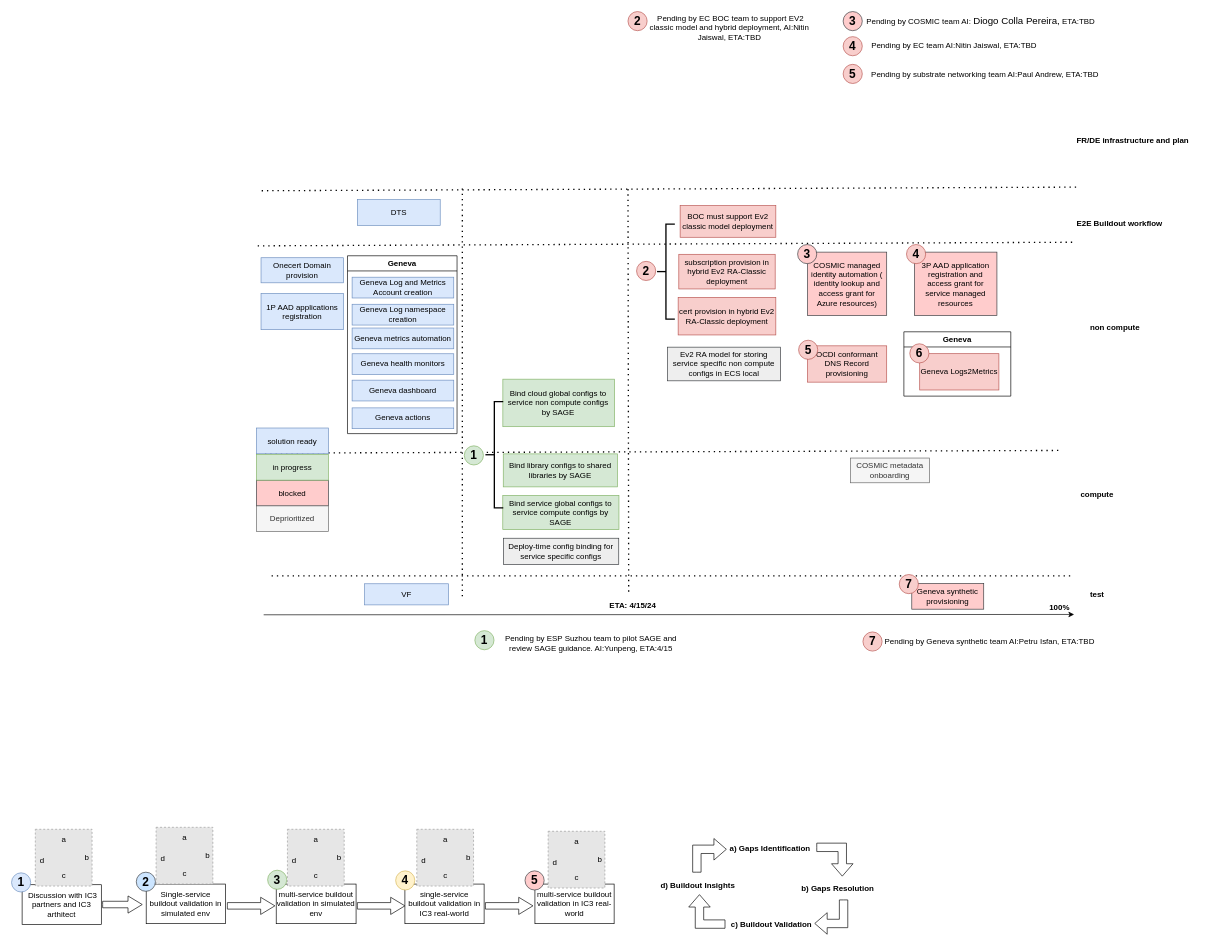
Earlier version of the draw.io diagram page "automation status overview" (9 of 10) of buildout.drawio (nonly/timewheel). Source tidied: cells renumbered, new cells numbered last; positions are measured from the earlier drawing's top-left corner, leaving out a move shared by most shapes. Both pictures are drawn from the tidied source at 66%, with x=0, y=0 at pixel (11, 11). Pictures stored in the file or linked from it are replaced by grey dashed boxes.
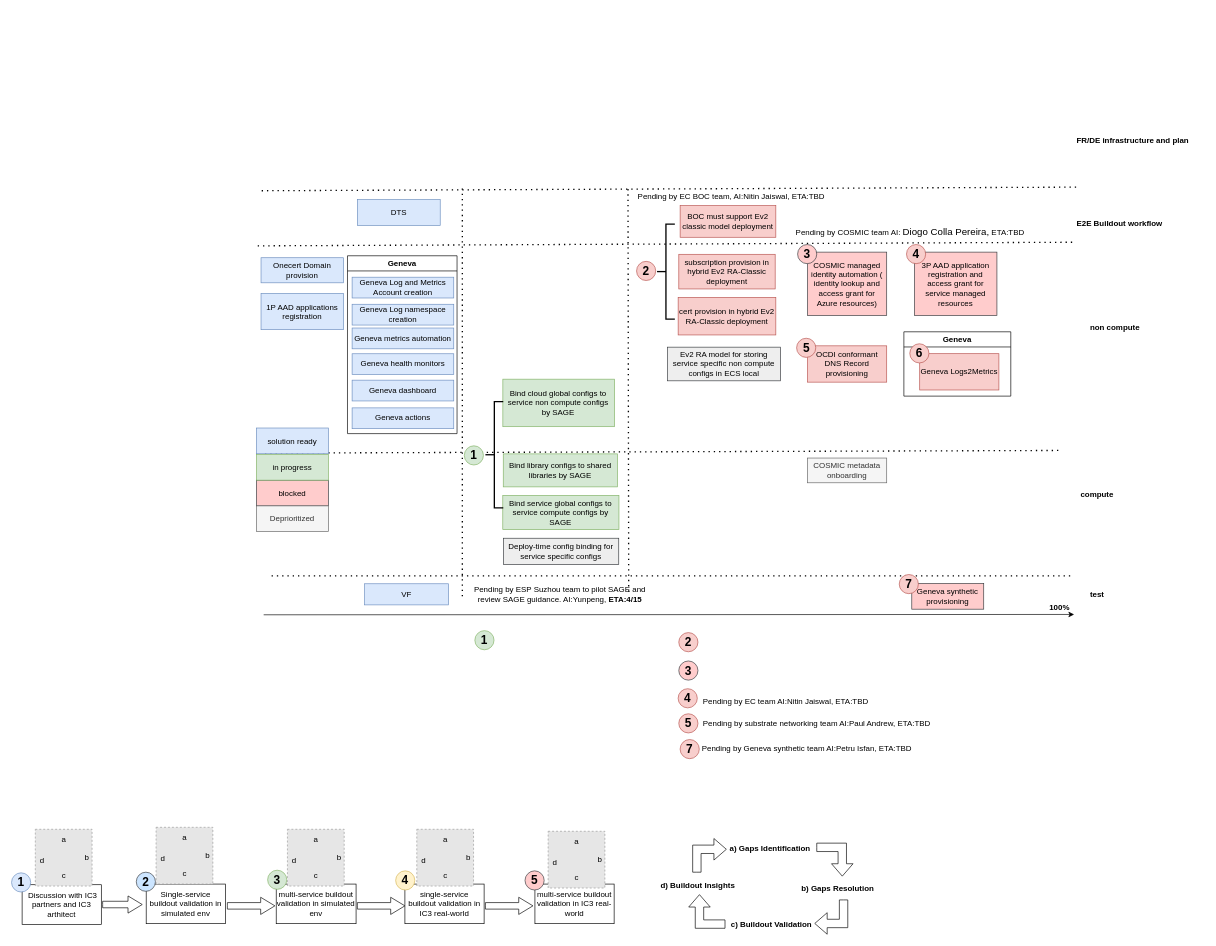
Above is the later version.

What changed in the source:
```diff
@@
-    <mxCell id="18" value="&amp;nbsp;&lt;span style=&quot;background-color: initial;&quot;&gt;&lt;br&gt;Pending by ESP Suzhou team to pilot SAGE and review SAGE guidance. AI:Yunpeng, ETA:4/15&lt;/span&gt;" style="text;html=1;align=center;verticalAlign=middle;whiteSpace=wrap;rounded=0;" parent="1" vertex="1">
-      <mxGeometry x="733" y="935" width="290" height="30" as="geometry" />
+    <mxCell id="18" value="&amp;nbsp;&lt;span style=&quot;background-color: initial;&quot;&gt;&lt;br&gt;Pending by ESP Suzhou team to pilot SAGE and review SAGE guidance. AI:Yunpeng, &lt;b&gt;ETA:4/15&lt;/b&gt;&lt;/span&gt;" style="text;html=1;align=center;verticalAlign=middle;whiteSpace=wrap;rounded=0;" parent="1" vertex="1">
+      <mxGeometry x="686" y="861" width="290" height="30" as="geometry" />
     </mxCell>
@@
     <mxCell id="20" value="COSMIC metadata onboarding" style="rounded=0;whiteSpace=wrap;html=1;fillColor=#f5f5f5;strokeColor=#666666;fontColor=#333333;" parent="1" vertex="1">
-      <mxGeometry x="1271" y="676.5" width="120" height="37.5" as="geometry" />
+      <mxGeometry x="1206" y="676.5" width="120" height="37.5" as="geometry" />
     </mxCell>
@@
-    <mxCell id="35" style="endArrow=none;dashed=1;html=1;dashPattern=1 3;strokeWidth=2;rounded=0;exitX=0.455;exitY=-0.2;exitDx=0;exitDy=0;exitPerimeter=0;" parent="1" edge="1" source="36">
+    <mxCell id="35" style="endArrow=none;dashed=1;html=1;dashPattern=1 3;strokeWidth=2;rounded=0;exitX=0.455;exitY=-0.2;exitDx=0;exitDy=0;exitPerimeter=0;" parent="1" edge="1">
       <mxGeometry relative="1" as="geometry">
+        <mxPoint x="935.1" y="879" as="sourcePoint" />
         <mxPoint x="934" y="269" as="targetPoint" />
       </mxGeometry>
     </mxCell>
-    <mxCell id="36" value="&lt;font style=&quot;font-size: 12px;&quot;&gt;&lt;b&gt;ETA: 4/15/24&lt;/b&gt;&lt;/font&gt;" style="text;html=1;align=center;verticalAlign=middle;whiteSpace=wrap;rounded=0;" parent="1" vertex="1">
-      <mxGeometry x="870" y="885" width="143" height="30" as="geometry" />
-    </mxCell>
@@
-    <mxCell id="43" value="&amp;nbsp;Pending by EC BOC team to support EV2 classic model and hybrid deployment, AI:Nitin Jaiswal, ETA:TBD" style="text;html=1;align=center;verticalAlign=middle;whiteSpace=wrap;rounded=0;" parent="1" vertex="1">
-      <mxGeometry x="961.5" y="9.5" width="252" height="30" as="geometry" />
+    <mxCell id="43" value="&amp;nbsp;Pending by EC BOC team, AI:Nitin Jaiswal, ETA:TBD" style="text;html=1;align=center;verticalAlign=middle;whiteSpace=wrap;rounded=0;" parent="1" vertex="1">
+      <mxGeometry x="905" y="266" width="368" height="30" as="geometry" />
     </mxCell>
     <mxCell id="44" value="&lt;font size=&quot;1&quot; style=&quot;&quot;&gt;&lt;b style=&quot;font-size: 18px;&quot;&gt;2&lt;/b&gt;&lt;/font&gt;" style="ellipse;whiteSpace=wrap;html=1;strokeWidth=1;fillColor=#f8cecc;strokeColor=#b85450;" parent="1" vertex="1">
-      <mxGeometry x="934" width="29" height="29" as="geometry" />
+      <mxGeometry x="1011" y="941" width="29" height="29" as="geometry" />
     </mxCell>
@@
     <mxCell id="48" value="&amp;nbsp;Pending by COSMIC team AI:&amp;nbsp;&lt;span style=&quot;font-size: 11pt; font-family: Calibri, sans-serif;&quot;&gt;Diogo Colla Pereira,&lt;/span&gt;&amp;nbsp;ETA:TBD" style="text;html=1;align=center;verticalAlign=middle;whiteSpace=wrap;rounded=0;" parent="1" vertex="1">
-      <mxGeometry x="1286.5" width="359.5" height="30" as="geometry" />
+      <mxGeometry x="1179.8" y="319" width="359.5" height="30" as="geometry" />
     </mxCell>
     <mxCell id="49" value="&lt;font size=&quot;1&quot; style=&quot;&quot;&gt;&lt;b style=&quot;font-size: 18px;&quot;&gt;3&lt;/b&gt;&lt;/font&gt;" style="ellipse;whiteSpace=wrap;html=1;strokeWidth=1;fillColor=#ffcccc;strokeColor=#36393d;" parent="1" vertex="1">
-      <mxGeometry x="1260" width="29" height="29" as="geometry" />
+      <mxGeometry x="1011" y="984" width="29" height="29" as="geometry" />
     </mxCell>
     <mxCell id="50" value="&lt;font style=&quot;font-size: 12px;&quot;&gt;&amp;nbsp;Pending by EC team AI:Nitin Jaiswal, ETA:TBD&lt;/font&gt;" style="text;html=1;align=center;verticalAlign=middle;whiteSpace=wrap;rounded=0;" parent="1" vertex="1">
-      <mxGeometry x="1294.5" y="37" width="263" height="30" as="geometry" />
+      <mxGeometry x="1040" y="1030" width="263" height="30" as="geometry" />
     </mxCell>
     <mxCell id="51" value="&lt;font size=&quot;1&quot; style=&quot;&quot;&gt;&lt;b style=&quot;font-size: 18px;&quot;&gt;4&lt;/b&gt;&lt;/font&gt;" style="ellipse;whiteSpace=wrap;html=1;strokeWidth=1;fillColor=#f8cecc;strokeColor=#b85450;" parent="1" vertex="1">
-      <mxGeometry x="1260" y="38" width="29" height="29" as="geometry" />
+      <mxGeometry x="1010" y="1026" width="29" height="29" as="geometry" />
     </mxCell>
     <mxCell id="52" value="&lt;font size=&quot;1&quot; style=&quot;&quot;&gt;&lt;b style=&quot;font-size: 18px;&quot;&gt;5&lt;/b&gt;&lt;/font&gt;" style="ellipse;whiteSpace=wrap;html=1;strokeWidth=1;fillColor=#f8cecc;strokeColor=#b85450;" parent="1" vertex="1">
-      <mxGeometry x="1192.5" y="498" width="29" height="29" as="geometry" />
+      <mxGeometry x="1189.5" y="495" width="29" height="29" as="geometry" />
     </mxCell>
     <mxCell id="53" value="&lt;font size=&quot;1&quot; style=&quot;&quot;&gt;&lt;b style=&quot;font-size: 18px;&quot;&gt;5&lt;/b&gt;&lt;/font&gt;" style="ellipse;whiteSpace=wrap;html=1;strokeWidth=1;fillColor=#f8cecc;strokeColor=#b85450;" parent="1" vertex="1">
-      <mxGeometry x="1260" y="80" width="29" height="29" as="geometry" />
+      <mxGeometry x="1011" y="1064" width="29" height="29" as="geometry" />
     </mxCell>
     <mxCell id="54" value="&lt;font style=&quot;font-size: 12px;&quot;&gt;&amp;nbsp;Pending by Geneva synthetic team AI:Petru Isfan, ETA:TBD&lt;/font&gt;" style="text;html=1;align=center;verticalAlign=middle;whiteSpace=wrap;rounded=0;" parent="1" vertex="1">
-      <mxGeometry x="1290" y="940" width="381" height="30" as="geometry" />
+      <mxGeometry x="1013" y="1102" width="381" height="30" as="geometry" />
     </mxCell>
@@
     <mxCell id="56" value="&lt;font style=&quot;font-size: 12px;&quot;&gt;&amp;nbsp;Pending by substrate networking team AI:Paul Andrew, ETA:TBD&lt;/font&gt;" style="text;html=1;align=center;verticalAlign=middle;whiteSpace=wrap;rounded=0;" parent="1" vertex="1">
-      <mxGeometry x="1282.5" y="80" width="381" height="30" as="geometry" />
+      <mxGeometry x="1028" y="1064" width="381" height="30" as="geometry" />
     </mxCell>
@@
     <mxCell id="111" value="&lt;font size=&quot;1&quot; style=&quot;&quot;&gt;&lt;b style=&quot;font-size: 18px;&quot;&gt;7&lt;/b&gt;&lt;/font&gt;" style="ellipse;whiteSpace=wrap;html=1;strokeWidth=1;fillColor=#f8cecc;strokeColor=#b85450;" parent="1" vertex="1">
-      <mxGeometry x="1290" y="940" width="29" height="29" as="geometry" />
+      <mxGeometry x="1013" y="1103" width="29" height="29" as="geometry" />
     </mxCell>
```
